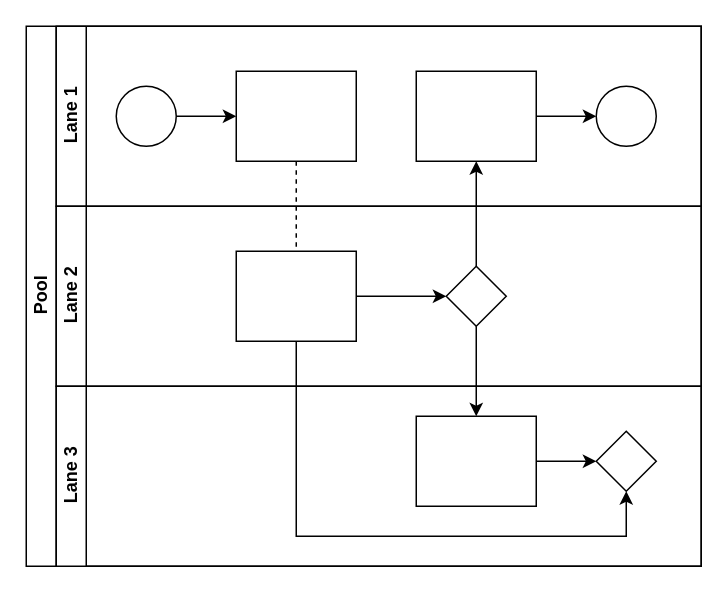
Above: Untitled Diagram.drawio in seventhlegion/SE_Diagrams (draw.io), before the change. Source tidied: cells renumbered, new cells numbered last; positions are measured from the earlier drawing's top-left corner, leaving out a move shared by most shapes. Both pictures are drawn from the tidied source at 150%, with x=0, y=0 at pixel (26, 26).
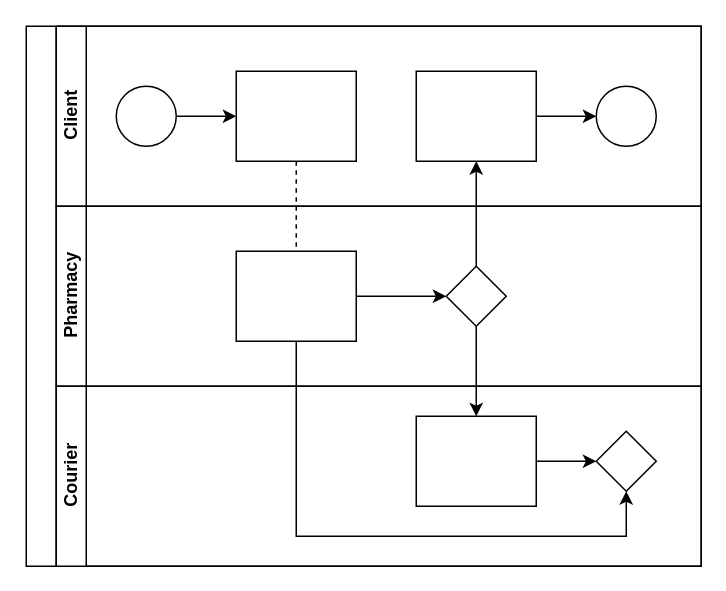
After the change.

Change to the diagram source:
```diff
@@
-    <mxCell id="2" value="Pool" style="swimlane;html=1;horizontal=0;startSize=20;" parent="1" vertex="1">
+    <mxCell id="2" style="swimlane;html=1;horizontal=0;startSize=20;" parent="1" vertex="1">
       <mxGeometry width="450" height="360" as="geometry" />
     </mxCell>
@@
-    <mxCell id="7" value="Lane 1" style="swimlane;html=1;startSize=20;horizontal=0;" parent="2" vertex="1">
+    <mxCell id="7" value="Client" style="swimlane;html=1;startSize=20;horizontal=0;" parent="2" vertex="1">
       <mxGeometry x="20" width="430" height="120" as="geometry" />
     </mxCell>
@@
-    <mxCell id="14" value="Lane 2" style="swimlane;html=1;startSize=20;horizontal=0;" parent="2" vertex="1">
+    <mxCell id="14" value="Pharmacy" style="swimlane;html=1;startSize=20;horizontal=0;" parent="2" vertex="1">
       <mxGeometry x="20" y="120" width="430" height="120" as="geometry" />
     </mxCell>
@@
-    <mxCell id="18" value="Lane 3" style="swimlane;html=1;startSize=20;horizontal=0;" parent="2" vertex="1">
+    <mxCell id="18" value="Courier" style="swimlane;html=1;startSize=20;horizontal=0;" parent="2" vertex="1">
       <mxGeometry x="20" y="240" width="430" height="120" as="geometry" />
     </mxCell>
```
